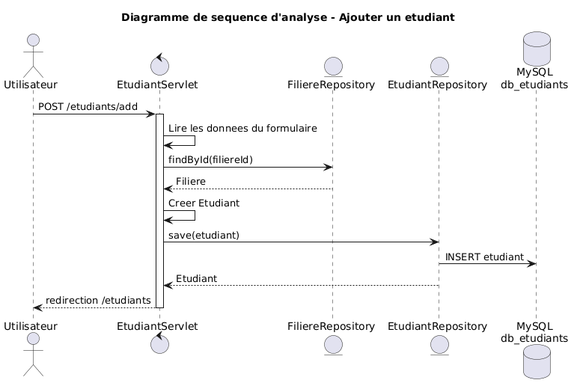
Earlier version of the PlantUML export docs/uml/images/sequence-analyse.png (mehdidabaj/app-etudiant). Its source is kept beside it as docs/uml/sequence-analyse.puml.
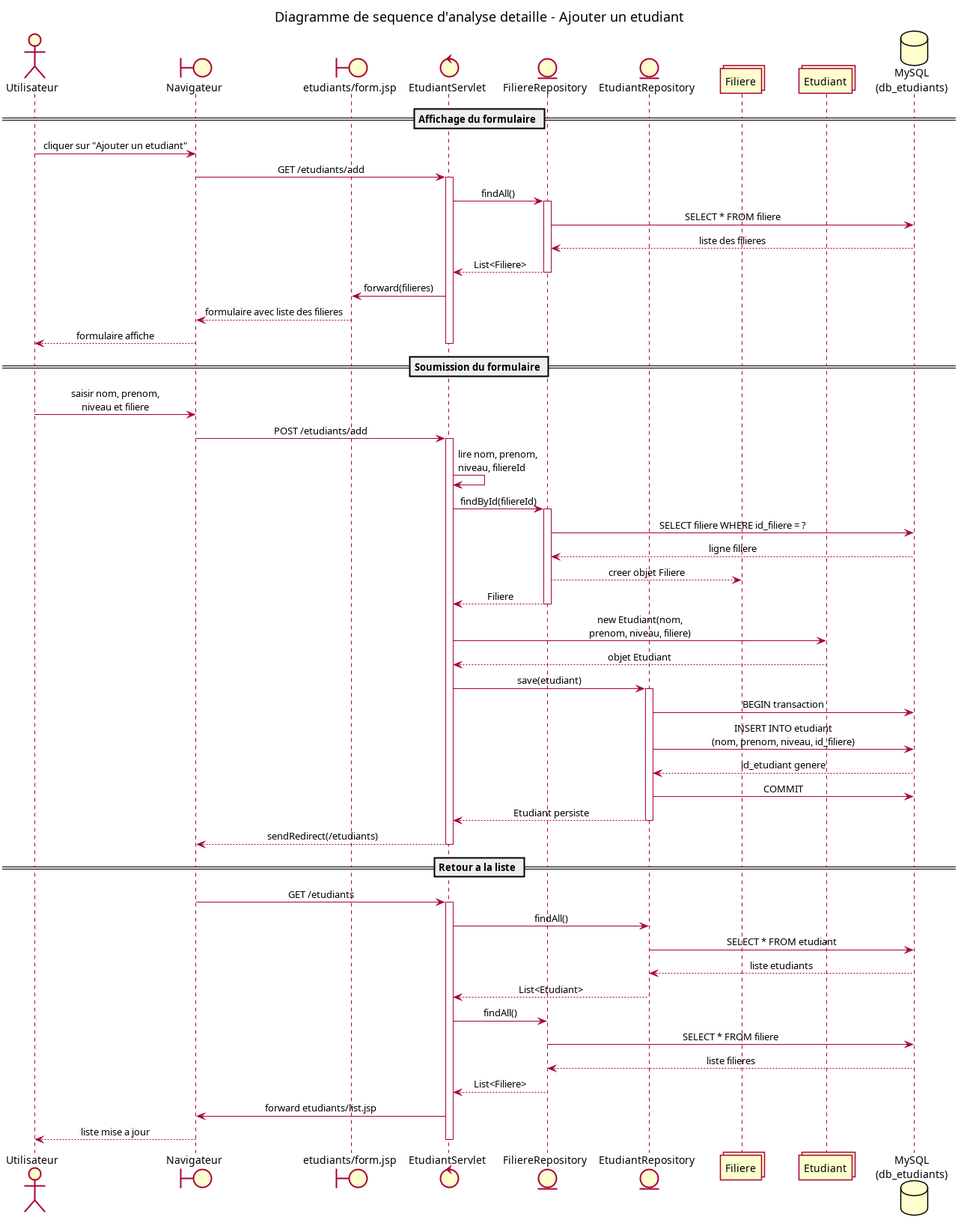
The same diagram one commit later.

What changed in the source:
```diff
@@ -1,25 +1,77 @@
 @startuml
-title Diagramme de sequence d'analyse - Ajouter un etudiant
+title Diagramme de sequence d'analyse detaille - Ajouter un etudiant
+
+skinparam shadowing false
+skinparam sequenceMessageAlign center
+skinparam ParticipantPadding 18
 
 actor "Utilisateur" as User
+boundary "Navigateur" as Browser
+boundary "etudiants/form.jsp" as Form
 control "EtudiantServlet" as Servlet
 entity "FiliereRepository" as FiliereRepo
 entity "EtudiantRepository" as EtudiantRepo
-database "MySQL\ndb_etudiants" as DB
+collections "Filiere" as Filiere
+collections "Etudiant" as Etudiant
+database "MySQL\n(db_etudiants)" as DB
 
-User -> Servlet : POST /etudiants/add
+== Affichage du formulaire ==
+User -> Browser : cliquer sur "Ajouter un etudiant"
+Browser -> Servlet : GET /etudiants/add
 activate Servlet
+Servlet -> FiliereRepo : findAll()
+activate FiliereRepo
+FiliereRepo -> DB : SELECT * FROM filiere
+DB --> FiliereRepo : liste des filieres
+FiliereRepo --> Servlet : List<Filiere>
+deactivate FiliereRepo
+Servlet -> Form : forward(filieres)
+Form --> Browser : formulaire avec liste des filieres
+Browser --> User : formulaire affiche
+deactivate Servlet
 
-Servlet -> Servlet : Lire les donnees du formulaire
+== Soumission du formulaire ==
+User -> Browser : saisir nom, prenom,\nniveau et filiere
+Browser -> Servlet : POST /etudiants/add
+activate Servlet
+Servlet -> Servlet : lire nom, prenom,\nniveau, filiereId
+
 Servlet -> FiliereRepo : findById(filiereId)
+activate FiliereRepo
+FiliereRepo -> DB : SELECT filiere WHERE id_filiere = ?
+DB --> FiliereRepo : ligne filiere
+FiliereRepo --> Filiere : creer objet Filiere
 FiliereRepo --> Servlet : Filiere
+deactivate FiliereRepo
 
-Servlet -> Servlet : Creer Etudiant
+Servlet -> Etudiant : new Etudiant(nom,\nprenom, niveau, filiere)
+Etudiant --> Servlet : objet Etudiant
+
 Servlet -> EtudiantRepo : save(etudiant)
-EtudiantRepo -> DB : INSERT etudiant
-EtudiantRepo --> Servlet : Etudiant
+activate EtudiantRepo
+EtudiantRepo -> DB : BEGIN transaction
+EtudiantRepo -> DB : INSERT INTO etudiant\n(nom, prenom, niveau, id_filiere)
+DB --> EtudiantRepo : id_etudiant genere
+EtudiantRepo -> DB : COMMIT
+EtudiantRepo --> Servlet : Etudiant persiste
+deactivate EtudiantRepo
 
-Servlet --> User : redirection /etudiants
+Servlet --> Browser : sendRedirect(/etudiants)
+deactivate Servlet
+
+== Retour a la liste ==
+Browser -> Servlet : GET /etudiants
+activate Servlet
+Servlet -> EtudiantRepo : findAll()
+EtudiantRepo -> DB : SELECT * FROM etudiant
+DB --> EtudiantRepo : liste etudiants
+EtudiantRepo --> Servlet : List<Etudiant>
+Servlet -> FiliereRepo : findAll()
+FiliereRepo -> DB : SELECT * FROM filiere
+DB --> FiliereRepo : liste filieres
+FiliereRepo --> Servlet : List<Filiere>
+Servlet -> Browser : forward etudiants/list.jsp
+Browser --> User : liste mise a jour
 deactivate Servlet
 
 @enduml
```
